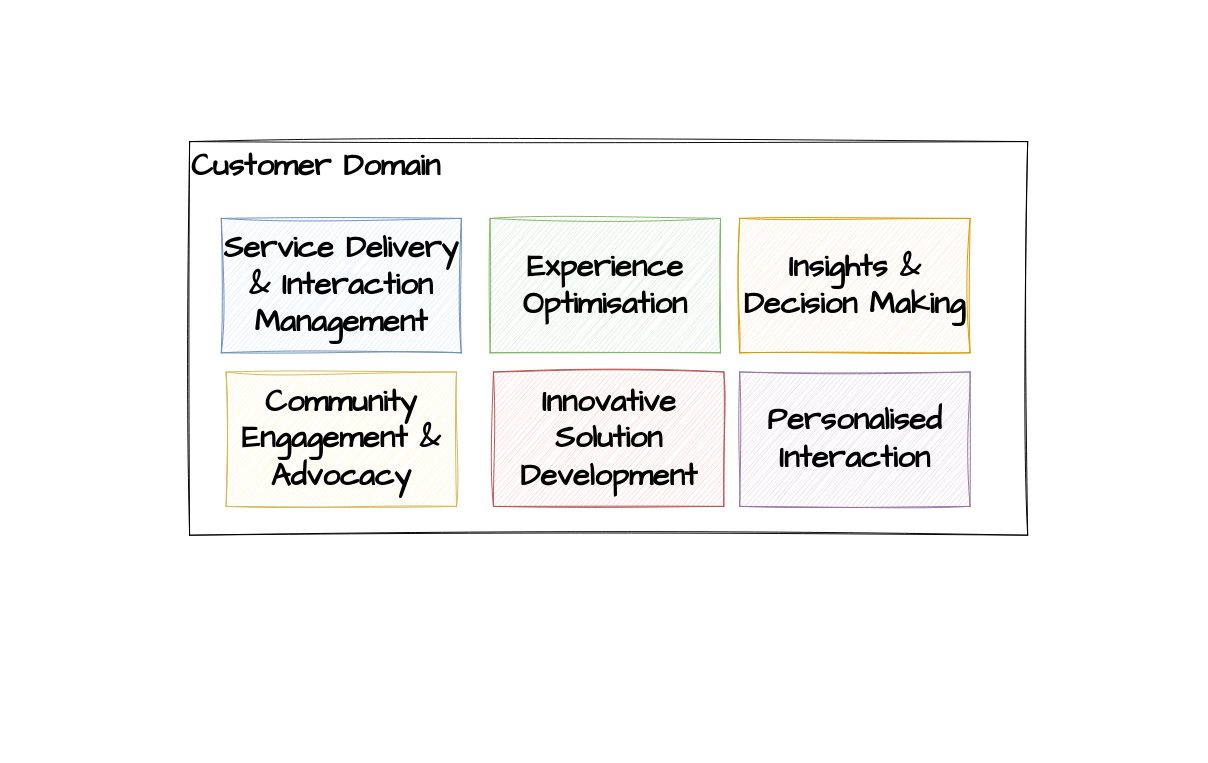
Above: page "Customer Domain - L0" (9 of 19) of Untitled Diagram.drawio in onlinepractice/digitalbanking (draw.io), before the change. Source tidied: cells renumbered, new cells numbered last; positions are measured from the earlier drawing's top-left corner, leaving out a move shared by most shapes. Both pictures are drawn from the tidied source at 96%, with x=0, y=0 at pixel (189, 141).
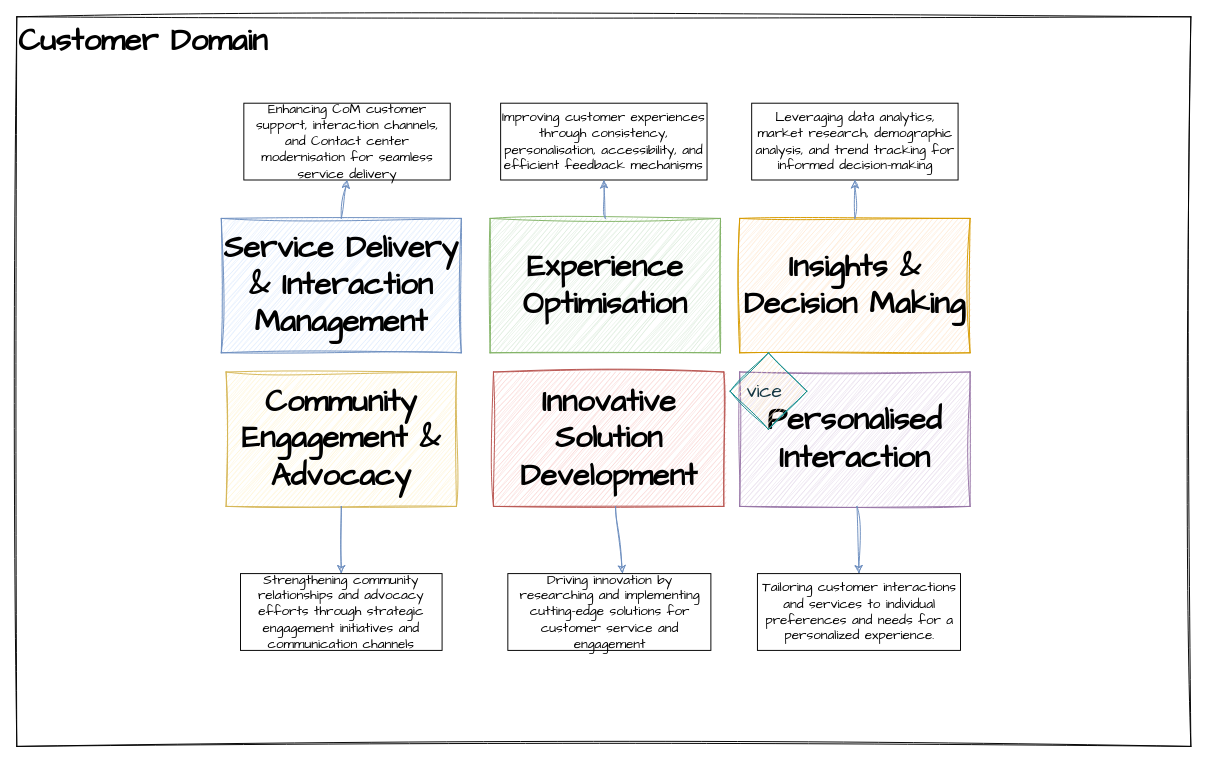
Above is the later version.

The change refers to these unchanged cells:
```xml
<mxCell id="3" value="Service Delivery &amp;amp; Interaction Management" style="rounded=0;whiteSpace=wrap;html=1;sketch=1;hachureGap=4;jiggle=2;curveFitting=1;fontFamily=Architects Daughter;fontSize=32;align=center;verticalAlign=middle;fontStyle=1;fillColor=#dae8fc;strokeColor=#6c8ebf;" parent="1" vertex="1">
  <mxGeometry x="33" y="80" width="250" height="140" as="geometry" />
</mxCell>
<mxCell id="4" value="Experience Optimisation" style="rounded=0;whiteSpace=wrap;html=1;sketch=1;hachureGap=4;jiggle=2;curveFitting=1;fontFamily=Architects Daughter;fontSize=32;align=center;verticalAlign=middle;fontStyle=1;fillColor=#d5e8d4;strokeColor=#82b366;" parent="1" vertex="1">
  <mxGeometry x="313" y="80" width="240" height="140" as="geometry" />
</mxCell>
<mxCell id="5" value="Insights &amp;amp; Decision Making" style="rounded=0;whiteSpace=wrap;html=1;sketch=1;hachureGap=4;jiggle=2;curveFitting=1;fontFamily=Architects Daughter;fontSize=32;align=center;verticalAlign=middle;fontStyle=1;fillColor=#ffe6cc;strokeColor=#d79b00;" parent="1" vertex="1">
  <mxGeometry x="573" y="80" width="240" height="140" as="geometry" />
</mxCell>
<mxCell id="6" value="Community Engagement &amp;amp; Advocacy" style="rounded=0;whiteSpace=wrap;html=1;sketch=1;hachureGap=4;jiggle=2;curveFitting=1;fontFamily=Architects Daughter;fontSize=32;align=center;verticalAlign=middle;fontStyle=1;fillColor=#fff2cc;strokeColor=#d6b656;" parent="1" vertex="1">
  <mxGeometry x="38" y="240" width="240" height="140" as="geometry" />
</mxCell>
<mxCell id="7" value="Innovative Solution Development" style="rounded=0;whiteSpace=wrap;html=1;sketch=1;hachureGap=4;jiggle=2;curveFitting=1;fontFamily=Architects Daughter;fontSize=32;align=center;verticalAlign=middle;fontStyle=1;fillColor=#f8cecc;strokeColor=#b85450;" parent="1" vertex="1">
  <mxGeometry x="316.5" y="240" width="240" height="140" as="geometry" />
</mxCell>
<mxCell id="8" value="Personalised Interaction" style="rounded=0;whiteSpace=wrap;html=1;sketch=1;hachureGap=4;jiggle=2;curveFitting=1;fontFamily=Architects Daughter;fontSize=32;align=center;verticalAlign=middle;fontStyle=1;fillColor=#e1d5e7;strokeColor=#9673a6;" parent="1" vertex="1">
  <mxGeometry x="573" y="240" width="240" height="140" as="geometry" />
</mxCell>
```

What changed in the source:
```diff
@@
     <mxCell id="2" value="Customer Domain" style="rounded=0;whiteSpace=wrap;html=1;sketch=1;hachureGap=4;jiggle=2;curveFitting=1;fontFamily=Architects Daughter;fontSize=32;align=left;verticalAlign=top;fontStyle=1;" parent="1" vertex="1">
-      <mxGeometry width="873" height="410" as="geometry" />
+      <mxGeometry x="-180" y="-130" width="1223" height="760" as="geometry" />
     </mxCell>
@@
+    <mxCell id="9" value="Enhancing CoM customer support, interaction channels, and Contact center modernisation for seamless service delivery" style="text;html=1;strokeColor=default;fillColor=none;align=center;verticalAlign=middle;whiteSpace=wrap;rounded=0;fontFamily=Architects Daughter;fontSize=14;" parent="1" vertex="1">
+      <mxGeometry x="56.5" y="-40" width="215" height="80" as="geometry" />
+    </mxCell>
+    <mxCell id="10" value="Improving customer experiences through consistency, personalisation, accessibility, and efficient feedback mechanisms" style="text;html=1;strokeColor=default;fillColor=none;align=center;verticalAlign=middle;whiteSpace=wrap;rounded=0;fontFamily=Architects Daughter;fontSize=14;" parent="1" vertex="1">
+      <mxGeometry x="324" y="-40" width="215" height="80" as="geometry" />
+    </mxCell>
+    <mxCell id="11" value="Leveraging data analytics, market research, demographic analysis, and trend tracking for informed decision-making" style="text;html=1;strokeColor=default;fillColor=none;align=center;verticalAlign=middle;whiteSpace=wrap;rounded=0;fontFamily=Architects Daughter;fontSize=14;" parent="1" vertex="1">
+      <mxGeometry x="585.5" y="-40" width="215" height="80" as="geometry" />
+    </mxCell>
+    <mxCell id="12" value="Strengthening community relationships and advocacy efforts through strategic engagement initiatives and communication channels" style="text;html=1;strokeColor=default;fillColor=none;align=center;verticalAlign=middle;whiteSpace=wrap;rounded=0;fontFamily=Architects Daughter;fontSize=14;" parent="1" vertex="1">
+      <mxGeometry x="53" y="450" width="210" height="80" as="geometry" />
+    </mxCell>
+    <mxCell id="13" value="Driving innovation by researching and implementing cutting-edge solutions for customer service and engagement" style="text;html=1;strokeColor=default;fillColor=none;align=center;verticalAlign=middle;whiteSpace=wrap;rounded=0;fontFamily=Architects Daughter;fontSize=14;" parent="1" vertex="1">
+      <mxGeometry x="331.5" y="450" width="211.5" height="80" as="geometry" />
+    </mxCell>
+    <mxCell id="14" value="Tailoring customer interactions and services to individual preferences and needs for a personalized experience." style="text;html=1;strokeColor=default;fillColor=none;align=center;verticalAlign=middle;whiteSpace=wrap;rounded=0;fontFamily=Architects Daughter;fontSize=14;" parent="1" vertex="1">
+      <mxGeometry x="591.5" y="450" width="211.5" height="80" as="geometry" />
+    </mxCell>
+    <mxCell id="15" style="rounded=0;jettySize=auto;html=1;fontSize=20;fontFamily=Architects Daughter;verticalAlign=top;fillColor=#dae8fc;strokeColor=#6c8ebf;sketch=1;hachureGap=4;jiggle=2;curveFitting=1;fontStyle=1;exitX=0.5;exitY=0;exitDx=0;exitDy=0;entryX=0.5;entryY=1;entryDx=0;entryDy=0;" parent="1" edge="1" source="3" target="9">
+      <mxGeometry relative="1" as="geometry" />
+    </mxCell>
+    <mxCell id="16" style="rounded=0;jettySize=auto;html=1;fontSize=20;fontFamily=Architects Daughter;verticalAlign=top;fillColor=#dae8fc;strokeColor=#6c8ebf;sketch=1;hachureGap=4;jiggle=2;curveFitting=1;fontStyle=1;exitX=0.5;exitY=0;exitDx=0;exitDy=0;entryX=0.5;entryY=1;entryDx=0;entryDy=0;" parent="1" edge="1" source="4" target="10">
+      <mxGeometry relative="1" as="geometry" />
+    </mxCell>
+    <mxCell id="17" style="rounded=0;jettySize=auto;html=1;fontSize=20;fontFamily=Architects Daughter;verticalAlign=top;fillColor=#dae8fc;strokeColor=#6c8ebf;sketch=1;hachureGap=4;jiggle=2;curveFitting=1;fontStyle=1;exitX=0.5;exitY=0;exitDx=0;exitDy=0;" parent="1" edge="1" source="5" target="11">
+      <mxGeometry relative="1" as="geometry" />
+    </mxCell>
+    <mxCell id="18" style="rounded=0;jettySize=auto;html=1;fontSize=20;fontFamily=Architects Daughter;verticalAlign=top;fillColor=#dae8fc;strokeColor=#6c8ebf;sketch=1;hachureGap=4;jiggle=2;curveFitting=1;fontStyle=1;" parent="1" edge="1" source="6" target="12">
+      <mxGeometry relative="1" as="geometry" />
+    </mxCell>
+    <mxCell id="19" style="rounded=0;jettySize=auto;html=1;fontSize=20;fontFamily=Architects Daughter;verticalAlign=top;fillColor=#dae8fc;strokeColor=#6c8ebf;sketch=1;hachureGap=4;jiggle=2;curveFitting=1;fontStyle=1;entryX=0.565;entryY=0;entryDx=0;entryDy=0;entryPerimeter=0;" parent="1" edge="1" source="7" target="13">
+      <mxGeometry relative="1" as="geometry" />
+    </mxCell>
+    <mxCell id="20" style="rounded=0;jettySize=auto;html=1;fontSize=20;fontFamily=Architects Daughter;verticalAlign=top;fillColor=#dae8fc;strokeColor=#6c8ebf;sketch=1;hachureGap=4;jiggle=2;curveFitting=1;fontStyle=1;entryX=0.5;entryY=0;entryDx=0;entryDy=0;" parent="1" edge="1" source="8" target="14">
+      <mxGeometry relative="1" as="geometry" />
+    </mxCell>
+    <mxCell id="21" value="vice&amp;nbsp;" style="rhombus;whiteSpace=wrap;html=1;sketch=1;hachureGap=4;jiggle=2;curveFitting=1;strokeColor=#0F8B8D;fontFamily=Architects Daughter;fontSize=20;fontColor=#143642;fillColor=#FAE5C7;" parent="1" vertex="1">
+      <mxGeometry x="563" y="220" width="80" height="80" as="geometry" />
+    </mxCell>
```
